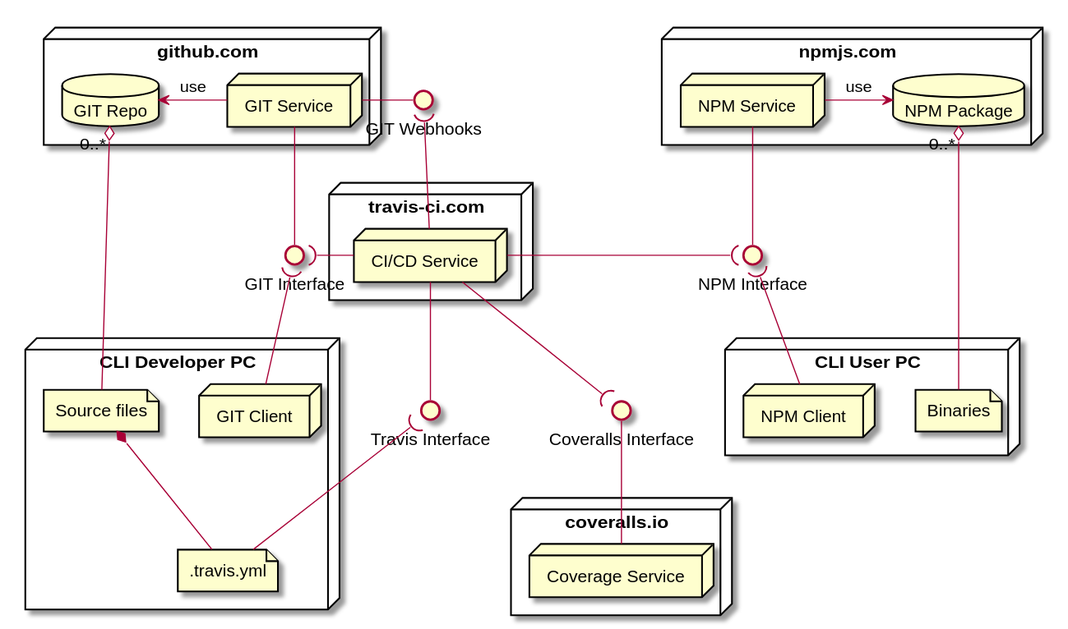
Before: doc/uml/cli/processes.svg, a diagram exported from PlantUML (imazzine/design).
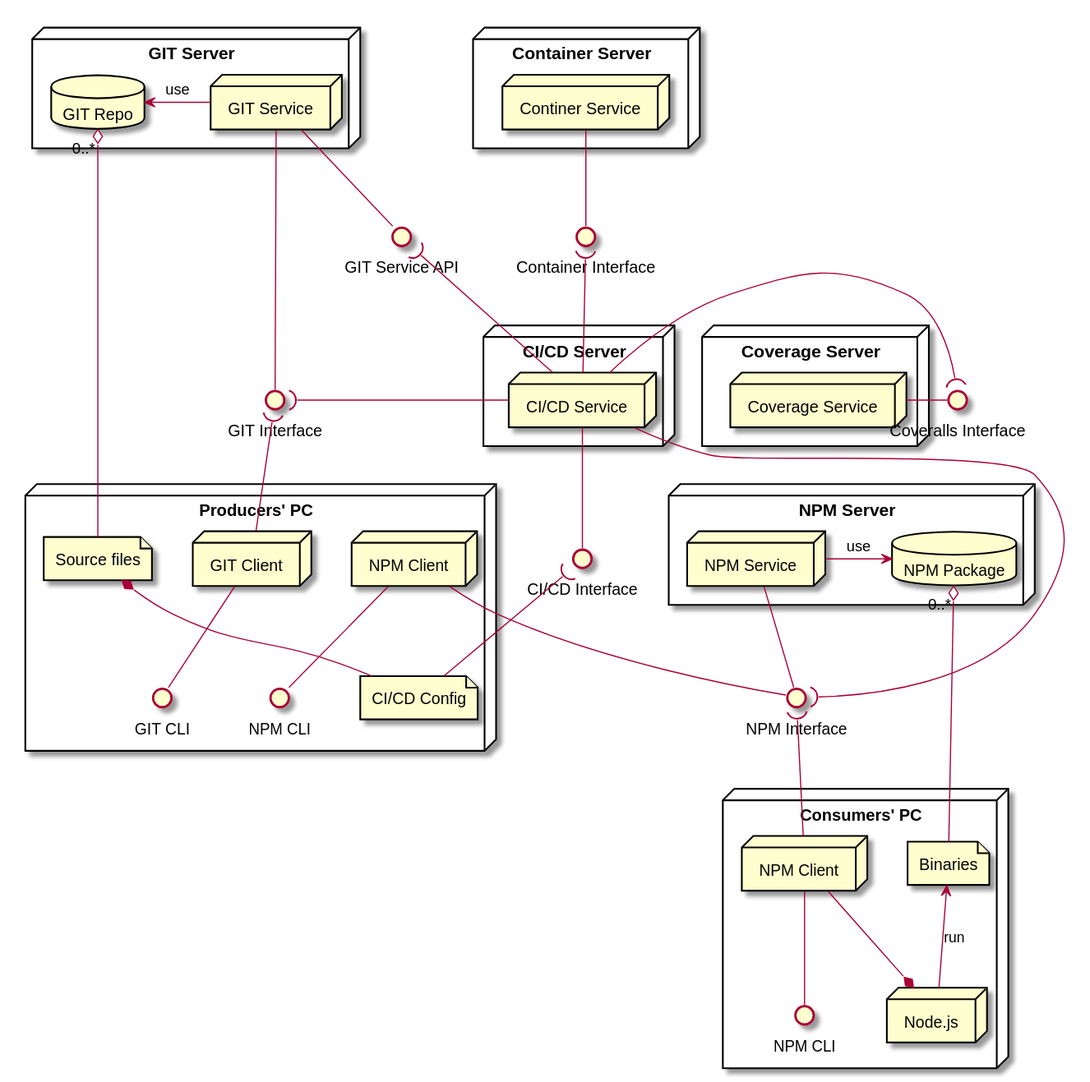
The same diagram one commit later.

The edit, as a diff of the source:
```diff
@@ -1,16 +1,16 @@
 @startuml processes
 
-    node "github.com" as GITServer {
+    node "GIT Server" as GITServer {
         database "GIT Repo" as GITRepo
         node "GIT Service" as GITService
         GITRepo <- GITService: use
     }
-    interface "GIT Webhooks" as GITWebhooks
+    interface "GIT Service API" as GITServiceAPI
     interface "GIT Interface" as GITInterface
-    GITService - GITWebhooks
+    GITService -- GITServiceAPI
     GITService -- GITInterface
 
-    node "npmjs.com" as NPMServer {
+    node "NPM Server" as NPMServer {
         node "NPM Service" as NPMService
         database "NPM Package" as NPMPackage
         NPMService -> NPMPackage: use
@@ -18,36 +18,58 @@
     interface "NPM Interface" as NPMInterface
     NPMService -- NPMInterface
 
-    node "travis-ci.com" as CICDServer {
+    node "CI/CD Server" as CICDServer {
         node "CI/CD Service" as CICDService
     }
-    interface "Travis Interface" as CICDInterface
+    interface "CI/CD Interface" as CICDInterface
     CICDService -- CICDInterface
-    GITWebhooks )-- CICDService
+    GITServiceAPI )-- CICDService
     GITInterface )- CICDService
     CICDService -( NPMInterface
 
-    node "coveralls.io" as CoverageServer {
+    node "Container Server" as ContainerServer {
+        node "Continer Service" as ContainerService
+    }
+    interface "Container Interface" as ContainerInterface
+    ContainerService -- ContainerInterface
+    ContainerInterface )-- CICDService
+
+    node "Coverage Server" as CoverageServer {
         node "Coverage Service" as CoverageService
     }
     interface "Coveralls Interface" as CoverageInterface
-    CoverageInterface --CoverageService
-    CICDService --( CoverageInterface
+    CoverageService - CoverageInterface
+    CoverageInterface )- CICDService
 
-    node "CLI Developer PC" as DeveloperPC {
+    node "Producers' PC" as ProducerPC {
         node "GIT Client" as GITClient
+        interface "GIT CLI" as GIT_CLI
+        GITClient -- GIT_CLI
+
+        node "NPM Client" as NPMClientP
+        interface "NPM CLI" as NPM_CLI_P
+        NPMClientP -- NPMInterface
+        NPMClientP -- NPM_CLI_P
+
         file "Source files" as Sources
-        file ".travis.yml" as travis_yml
+        file "CI/CD Config" as CICDConf
         GITRepo "0..*" o-- Sources
-        Sources *-- travis_yml
+        Sources *-- CICDConf
         GITInterface )-- GITClient
-        CICDInterface )-- travis_yml
+        CICDInterface )-- CICDConf
     }
 
-    node "CLI User PC" as UserPC {
-        node "NPM Client" as NPMClient
+    node "Consumers' PC" as ConsumerPC {
+        node "NPM Client" as NPMClientC
+        interface "NPM CLI" as NPM_CLI_C
+        NPMInterface )-- NPMClientC
+        NPMClientC -- NPM_CLI_C
+
+        node "Node.js" as NodeJS
+        NPMClientC --* NodeJS
+
         file "Binaries" as Binaries
-        NPMInterface )-- NPMClient
         NPMPackage "0..*" o-- Binaries
+        Binaries <-- NodeJS: run
     }
 @enduml
```
